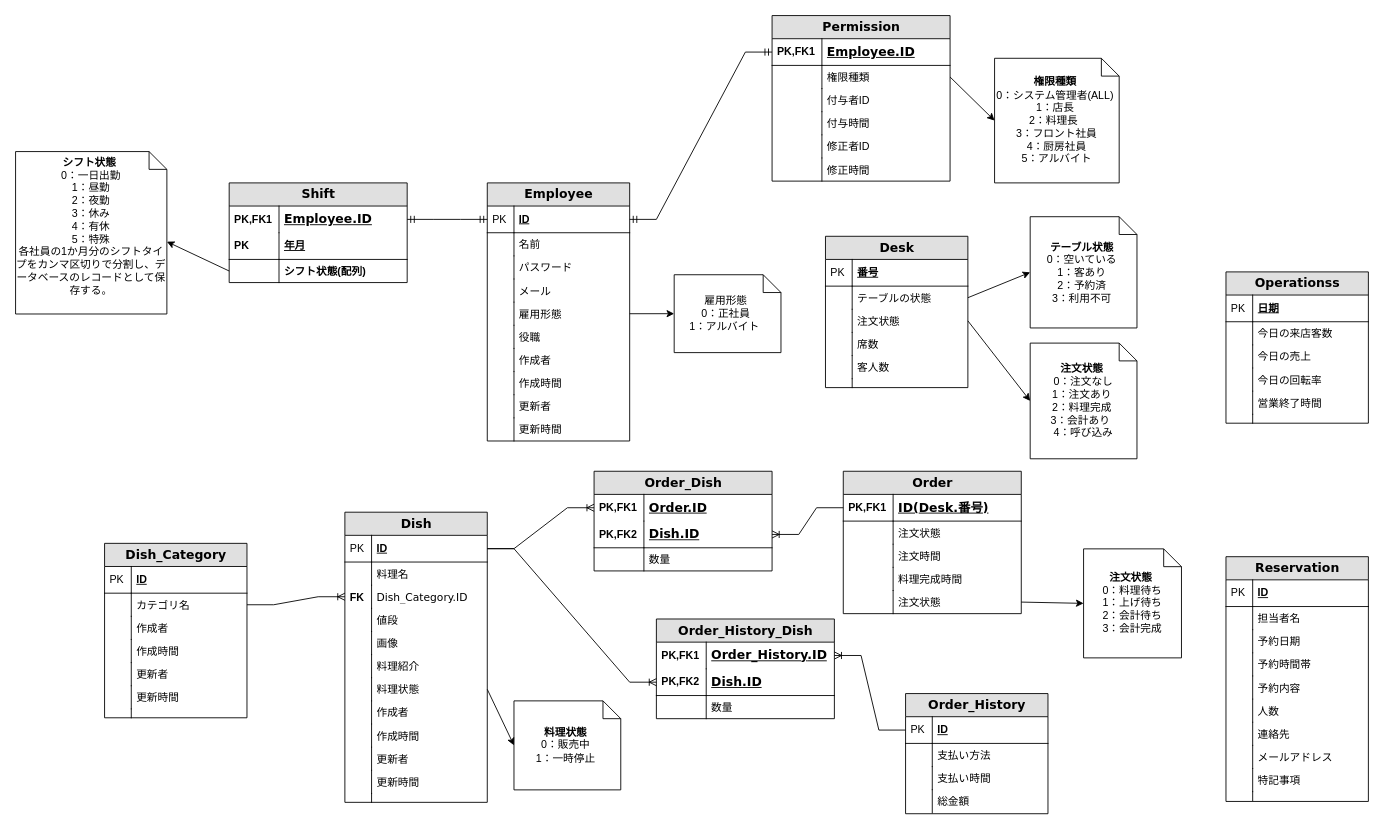
This is 就職作品/データベース設計.drawio from aggujhh/my_draws, a draw.io file, before an edit. Source tidied: cells renumbered, new cells numbered last; positions are measured from the earlier drawing's top-left corner, leaving out a move shared by most shapes. Both pictures are drawn from the tidied source at 89%, with x=0, y=0 at pixel (15, 15).
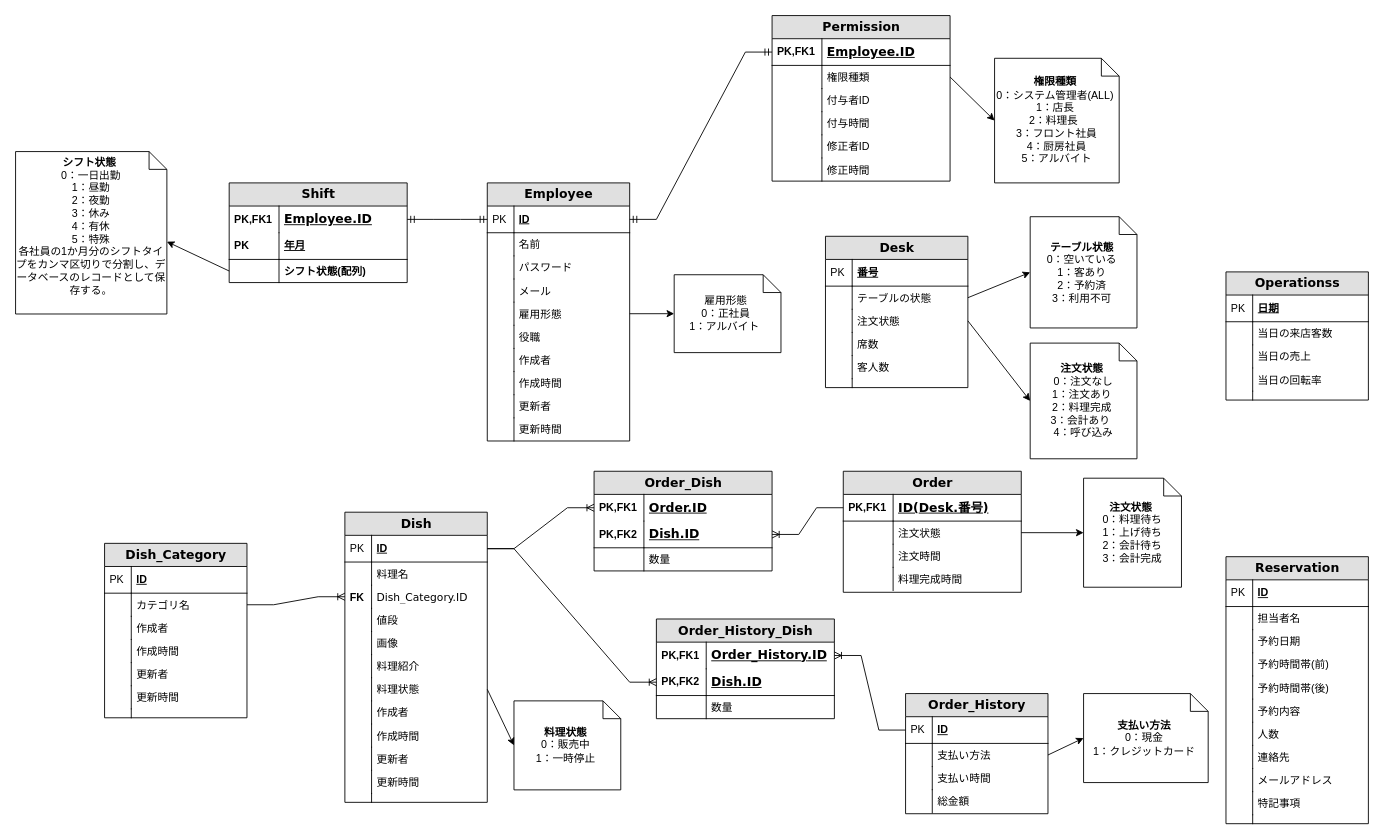
Above is the later version.

Commit message:
更新データベース設計.drawio

The change refers to these unchanged cells:
```xml
<mxCell id="86" value="注文状態" style="shape=partialRectangle;top=0;left=0;right=0;bottom=0;html=1;align=left;verticalAlign=top;fillColor=none;spacingLeft=60;spacingRight=4;whiteSpace=wrap;overflow=hidden;points=[[0,0.5],[1,0.5]];portConstraint=eastwest;" parent="83" vertex="1">
  <mxGeometry y="56" width="200" height="26" as="geometry" />
</mxCell>
<mxCell id="97" value="支払い方法" style="shape=partialRectangle;top=0;left=0;right=0;bottom=0;html=1;align=left;verticalAlign=top;fillColor=none;spacingLeft=34;spacingRight=4;whiteSpace=wrap;overflow=hidden;points=[[0,0.5],[1,0.5]];portConstraint=eastwest;" parent="94" vertex="1">
  <mxGeometry y="56" width="160" height="26" as="geometry" />
</mxCell>
```

The edit, as a diff of the source:
```diff
@@
     <mxCell id="83" value="&lt;b&gt;Order&lt;/b&gt;" style="swimlane;html=1;fontStyle=0;horizontal=1;startSize=26;fillColor=#e0e0e0;swimlaneFillColor=#ffffff;align=center;rounded=0;shadow=0;comic=0;labelBackgroundColor=none;strokeWidth=1;fontFamily=Verdana;fontSize=14;" parent="1" vertex="1">
-      <mxGeometry x="930" y="512" width="200" height="160" as="geometry" />
+      <mxGeometry x="930" y="512" width="200" height="136" as="geometry" />
     </mxCell>
@@
-    <mxCell id="92" value="注文状態" style="shape=partialRectangle;top=0;left=0;right=0;bottom=0;html=1;align=left;verticalAlign=top;fillColor=none;spacingLeft=60;spacingRight=4;whiteSpace=wrap;overflow=hidden;points=[[0,0.5],[1,0.5]];portConstraint=eastwest;" parent="83" vertex="1">
-      <mxGeometry y="134" width="200" height="26" as="geometry" />
-    </mxCell>
-    <mxCell id="93" style="shape=partialRectangle;top=0;left=0;bottom=0;html=1;fillColor=none;align=left;verticalAlign=top;spacingLeft=4;spacingRight=4;whiteSpace=wrap;overflow=hidden;" parent="92" vertex="1">
-      <mxGeometry width="56" height="26" as="geometry" />
-    </mxCell>
@@
     <mxCell id="110" value="&lt;b&gt;Operationss&lt;/b&gt;" style="swimlane;html=1;fontStyle=0;horizontal=1;startSize=26;fillColor=#e0e0e0;swimlaneFillColor=#ffffff;align=center;rounded=0;shadow=0;comic=0;labelBackgroundColor=none;strokeWidth=1;fontFamily=Verdana;fontSize=14;" parent="1" vertex="1">
-      <mxGeometry x="1360" y="288" width="160" height="170" as="geometry" />
+      <mxGeometry x="1360" y="288" width="160" height="144" as="geometry" />
     </mxCell>
@@
-    <mxCell id="113" value="&lt;span&gt;&lt;/span&gt;&lt;span&gt;&lt;/span&gt;&lt;span style=&quot;white-space-collapse: preserve;&quot;&gt;今日の来店客数&lt;/span&gt;" style="shape=partialRectangle;top=0;left=0;right=0;bottom=0;html=1;align=left;verticalAlign=top;fillColor=none;spacingLeft=34;spacingRight=4;whiteSpace=wrap;overflow=hidden;" parent="110" vertex="1">
+    <mxCell id="113" value="&lt;span&gt;&lt;/span&gt;&lt;span style=&quot;white-space-collapse: preserve;&quot;&gt;当日の来店客数&lt;/span&gt;" style="shape=partialRectangle;top=0;left=0;right=0;bottom=0;html=1;align=left;verticalAlign=top;fillColor=none;spacingLeft=34;spacingRight=4;whiteSpace=wrap;overflow=hidden;" parent="110" vertex="1">
       <mxGeometry y="56" width="160" height="26" as="geometry" />
     </mxCell>
@@
-    <mxCell id="115" value="&lt;span&gt;&lt;/span&gt;&lt;span&gt;&lt;/span&gt;&lt;span style=&quot;white-space-collapse: preserve;&quot;&gt;今日の売上&lt;/span&gt;" style="shape=partialRectangle;top=0;left=0;right=0;bottom=0;html=1;align=left;verticalAlign=top;fillColor=none;spacingLeft=34;spacingRight=4;whiteSpace=wrap;overflow=hidden;" parent="110" vertex="1">
+    <mxCell id="115" value="&lt;span&gt;&lt;/span&gt;&lt;span style=&quot;white-space-collapse: preserve;&quot;&gt;当日の売上&lt;/span&gt;" style="shape=partialRectangle;top=0;left=0;right=0;bottom=0;html=1;align=left;verticalAlign=top;fillColor=none;spacingLeft=34;spacingRight=4;whiteSpace=wrap;overflow=hidden;" parent="110" vertex="1">
       <mxGeometry y="82" width="160" height="26" as="geometry" />
     </mxCell>
@@
-    <mxCell id="117" value="&lt;span&gt;&lt;/span&gt;&lt;span&gt;&lt;/span&gt;&lt;span style=&quot;white-space-collapse: preserve;&quot;&gt;今日の回転率&lt;/span&gt;" style="shape=partialRectangle;top=0;left=0;right=0;bottom=0;html=1;align=left;verticalAlign=top;fillColor=none;spacingLeft=34;spacingRight=4;whiteSpace=wrap;overflow=hidden;" parent="110" vertex="1">
+    <mxCell id="117" value="&lt;span&gt;&lt;/span&gt;&lt;span style=&quot;white-space-collapse: preserve;&quot;&gt;当日の回転率&lt;/span&gt;" style="shape=partialRectangle;top=0;left=0;right=0;bottom=0;html=1;align=left;verticalAlign=top;fillColor=none;spacingLeft=34;spacingRight=4;whiteSpace=wrap;overflow=hidden;" parent="110" vertex="1">
       <mxGeometry y="108" width="160" height="26" as="geometry" />
     </mxCell>
@@
-    <mxCell id="119" value="&lt;span&gt;&lt;/span&gt;&lt;span&gt;&lt;/span&gt;&lt;span&gt;&lt;/span&gt;&lt;span style=&quot;white-space-collapse: preserve;&quot;&gt;営業終了時間&lt;/span&gt;" style="shape=partialRectangle;top=0;left=0;right=0;bottom=0;html=1;align=left;verticalAlign=top;fillColor=none;spacingLeft=34;spacingRight=4;whiteSpace=wrap;overflow=hidden;" parent="110" vertex="1">
-      <mxGeometry y="134" width="160" height="26" as="geometry" />
-    </mxCell>
-    <mxCell id="120" style="shape=partialRectangle;top=0;left=0;bottom=0;html=1;fillColor=none;align=left;verticalAlign=top;spacingLeft=4;spacingRight=4;whiteSpace=wrap;overflow=hidden;" parent="119" vertex="1">
-      <mxGeometry width="30" height="26" as="geometry" />
-    </mxCell>
     <mxCell id="121" style="shape=partialRectangle;top=0;left=0;right=0;bottom=0;html=1;align=left;verticalAlign=top;fillColor=none;spacingLeft=34;spacingRight=4;whiteSpace=wrap;overflow=hidden;" parent="110" vertex="1">
-      <mxGeometry y="160" width="160" height="10" as="geometry" />
+      <mxGeometry y="134" width="160" height="10" as="geometry" />
     </mxCell>
@@
     <mxCell id="123" value="&lt;b&gt;Reservation&lt;/b&gt;" style="swimlane;html=1;fontStyle=0;horizontal=1;startSize=26;fillColor=#e0e0e0;swimlaneFillColor=#ffffff;align=center;rounded=0;shadow=0;comic=0;labelBackgroundColor=none;strokeWidth=1;fontFamily=Verdana;fontSize=14;" parent="1" vertex="1">
-      <mxGeometry x="1360" y="608" width="160" height="275" as="geometry" />
+      <mxGeometry x="1360" y="608" width="160" height="300" as="geometry" />
     </mxCell>
@@
-    <mxCell id="130" value="&lt;span&gt;&lt;/span&gt;&lt;span&gt;&lt;/span&gt;&lt;span&gt;&lt;/span&gt;&lt;span style=&quot;white-space-collapse: preserve;&quot;&gt;予約時間帯&lt;/span&gt;" style="shape=partialRectangle;top=0;left=0;right=0;bottom=0;html=1;align=left;verticalAlign=top;fillColor=none;spacingLeft=34;spacingRight=4;whiteSpace=wrap;overflow=hidden;" parent="123" vertex="1">
+    <mxCell id="130" value="&lt;span&gt;&lt;/span&gt;&lt;span&gt;&lt;/span&gt;&lt;span&gt;&lt;/span&gt;&lt;span style=&quot;white-space-collapse: preserve;&quot;&gt;予約時間帯(前)&lt;/span&gt;" style="shape=partialRectangle;top=0;left=0;right=0;bottom=0;html=1;align=left;verticalAlign=top;fillColor=none;spacingLeft=34;spacingRight=4;whiteSpace=wrap;overflow=hidden;" parent="123" vertex="1">
       <mxGeometry y="108" width="160" height="26" as="geometry" />
     </mxCell>
@@
+    <mxCell id="185" value="&lt;span&gt;&lt;/span&gt;&lt;span&gt;&lt;/span&gt;&lt;span&gt;&lt;/span&gt;&lt;span style=&quot;white-space-collapse: preserve;&quot;&gt;予約時間帯(後)&lt;/span&gt;" style="shape=partialRectangle;top=0;left=0;right=0;bottom=0;html=1;align=left;verticalAlign=top;fillColor=none;spacingLeft=34;spacingRight=4;whiteSpace=wrap;overflow=hidden;" parent="123" vertex="1">
+      <mxGeometry y="134" width="160" height="26" as="geometry" />
+    </mxCell>
+    <mxCell id="120" style="shape=partialRectangle;top=0;left=0;bottom=0;html=1;fillColor=none;align=left;verticalAlign=top;spacingLeft=4;spacingRight=4;whiteSpace=wrap;overflow=hidden;" parent="185" vertex="1">
+      <mxGeometry width="30" height="26" as="geometry" />
+    </mxCell>
     <mxCell id="132" value="&lt;span&gt;&lt;/span&gt;&lt;span&gt;&lt;/span&gt;&lt;span&gt;&lt;/span&gt;&lt;span style=&quot;white-space-collapse: preserve;&quot;&gt;予約内容&lt;/span&gt;" style="shape=partialRectangle;top=0;left=0;right=0;bottom=0;html=1;align=left;verticalAlign=top;fillColor=none;spacingLeft=34;spacingRight=4;whiteSpace=wrap;overflow=hidden;" parent="123" vertex="1">
-      <mxGeometry y="134" width="160" height="26" as="geometry" />
+      <mxGeometry y="160" width="160" height="26" as="geometry" />
     </mxCell>
@@
     <mxCell id="134" value="&lt;span&gt;&lt;/span&gt;&lt;span&gt;&lt;/span&gt;&lt;span&gt;&lt;/span&gt;&lt;span style=&quot;white-space-collapse: preserve;&quot;&gt;人数&lt;/span&gt;" style="shape=partialRectangle;top=0;left=0;right=0;bottom=0;html=1;align=left;verticalAlign=top;fillColor=none;spacingLeft=34;spacingRight=4;whiteSpace=wrap;overflow=hidden;" parent="123" vertex="1">
-      <mxGeometry y="160" width="160" height="26" as="geometry" />
+      <mxGeometry y="186" width="160" height="26" as="geometry" />
     </mxCell>
@@
     <mxCell id="136" value="&lt;span&gt;&lt;/span&gt;&lt;span&gt;&lt;/span&gt;&lt;span&gt;&lt;/span&gt;&lt;span style=&quot;white-space-collapse: preserve;&quot;&gt;連絡先&lt;/span&gt;" style="shape=partialRectangle;top=0;left=0;right=0;bottom=0;html=1;align=left;verticalAlign=top;fillColor=none;spacingLeft=34;spacingRight=4;whiteSpace=wrap;overflow=hidden;" parent="123" vertex="1">
-      <mxGeometry y="186" width="160" height="26" as="geometry" />
+      <mxGeometry y="212" width="160" height="26" as="geometry" />
     </mxCell>
@@
     <mxCell id="138" value="&lt;span&gt;&lt;/span&gt;&lt;span&gt;&lt;/span&gt;&lt;span&gt;&lt;/span&gt;&lt;span style=&quot;white-space-collapse: preserve;&quot;&gt;メールアドレス&lt;/span&gt;" style="shape=partialRectangle;top=0;left=0;right=0;bottom=0;html=1;align=left;verticalAlign=top;fillColor=none;spacingLeft=34;spacingRight=4;whiteSpace=wrap;overflow=hidden;" parent="123" vertex="1">
-      <mxGeometry y="212" width="160" height="26" as="geometry" />
+      <mxGeometry y="238" width="160" height="26" as="geometry" />
     </mxCell>
@@
     <mxCell id="140" value="&lt;span&gt;&lt;/span&gt;&lt;span&gt;&lt;/span&gt;&lt;span&gt;&lt;/span&gt;&lt;span style=&quot;white-space-collapse: preserve;&quot;&gt;特記事項&lt;/span&gt;" style="shape=partialRectangle;top=0;left=0;right=0;bottom=0;html=1;align=left;verticalAlign=top;fillColor=none;spacingLeft=34;spacingRight=4;whiteSpace=wrap;overflow=hidden;" parent="123" vertex="1">
-      <mxGeometry y="238" width="160" height="26" as="geometry" />
+      <mxGeometry y="264" width="160" height="26" as="geometry" />
     </mxCell>
@@
     <mxCell id="142" style="shape=partialRectangle;top=0;left=0;right=0;bottom=0;html=1;align=left;verticalAlign=top;fillColor=none;spacingLeft=34;spacingRight=4;whiteSpace=wrap;overflow=hidden;" parent="123" vertex="1">
-      <mxGeometry y="264" width="160" height="10" as="geometry" />
+      <mxGeometry y="290" width="160" height="10" as="geometry" />
     </mxCell>
@@
     <mxCell id="151" value="&lt;b&gt;注文状態&lt;/b&gt;&amp;nbsp;&lt;div&gt;0：料理&lt;span style=&quot;background-color: initial;&quot;&gt;待ち&lt;/span&gt;&lt;/div&gt;&lt;div&gt;1：上げ&lt;span style=&quot;background-color: initial;&quot;&gt;待ち&lt;/span&gt;&lt;/div&gt;&lt;div&gt;2：会計待ち&lt;/div&gt;&lt;div&gt;3：会計完成&lt;/div&gt;" style="shape=note;size=20;whiteSpace=wrap;html=1;" parent="1" vertex="1">
-      <mxGeometry x="1200" y="599.2" width="110" height="122.5" as="geometry" />
+      <mxGeometry x="1200" y="519.8" width="110" height="122.5" as="geometry" />
     </mxCell>
@@
-    <mxCell id="178" style="endArrow=classic;html=1;rounded=0;exitX=1;exitY=0.5;exitDx=0;exitDy=0;entryX=0;entryY=0.5;entryDx=0;entryDy=0;entryPerimeter=0;" parent="1" edge="1" source="92" target="151">
+    <mxCell id="178" style="endArrow=classic;html=1;rounded=0;exitX=1;exitY=0.5;exitDx=0;exitDy=0;entryX=0;entryY=0.5;entryDx=0;entryDy=0;entryPerimeter=0;" parent="1" edge="1" source="86" target="151">
       <mxGeometry relative="1" as="geometry" />
     </mxCell>
@@
+    <mxCell id="186" value="&lt;span style=&quot;text-align: left;&quot;&gt;&lt;b&gt;支払い方法&lt;/b&gt;&lt;/span&gt;&amp;nbsp;&lt;div&gt;&lt;span style=&quot;background-color: initial;&quot;&gt;0：&lt;/span&gt;&lt;span style=&quot;background-color: initial;&quot;&gt;現金&lt;/span&gt;&lt;span style=&quot;background-color: initial;&quot;&gt;&amp;nbsp;&lt;/span&gt;&lt;/div&gt;&lt;div&gt;&lt;span style=&quot;background-color: initial;&quot;&gt;1：&lt;/span&gt;&lt;span style=&quot;background-color: initial;&quot;&gt;クレジットカード&lt;/span&gt;&lt;span style=&quot;background-color: initial;&quot;&gt;&amp;nbsp;&lt;/span&gt;&lt;/div&gt;&lt;span&gt;&lt;/span&gt;" style="shape=note;size=20;whiteSpace=wrap;html=1;" parent="1" vertex="1">
+      <mxGeometry x="1200" y="761.8" width="140" height="100" as="geometry" />
+    </mxCell>
+    <mxCell id="187" style="endArrow=classic;html=1;rounded=0;entryX=0;entryY=0.5;entryDx=0;entryDy=0;entryPerimeter=0;exitX=1;exitY=0.5;exitDx=0;exitDy=0;" parent="1" edge="1" source="97" target="186">
+      <mxGeometry relative="1" as="geometry" />
+    </mxCell>
```
